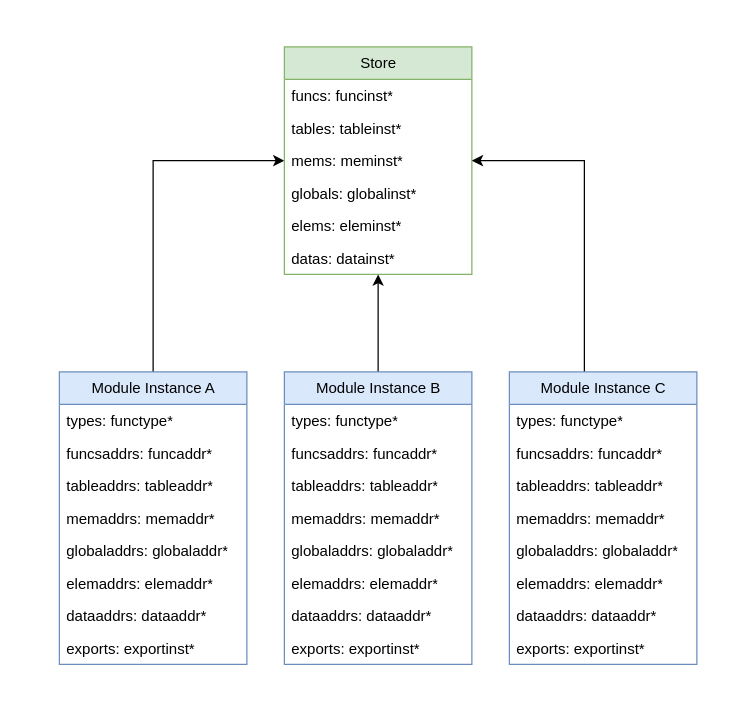
AFKoffee/wasm-concurrency-analysis keeps this draw.io diagram as page "Multiple Instances" (2 of 4) of docs/graphics.drawio. Above is the earlier version. Source tidied: cells renumbered, new cells numbered last; positions are measured from the earlier drawing's top-left corner, leaving out a move shared by most shapes. Both pictures are drawn from the tidied source at 125%, with x=0, y=0 at pixel (59, 46).
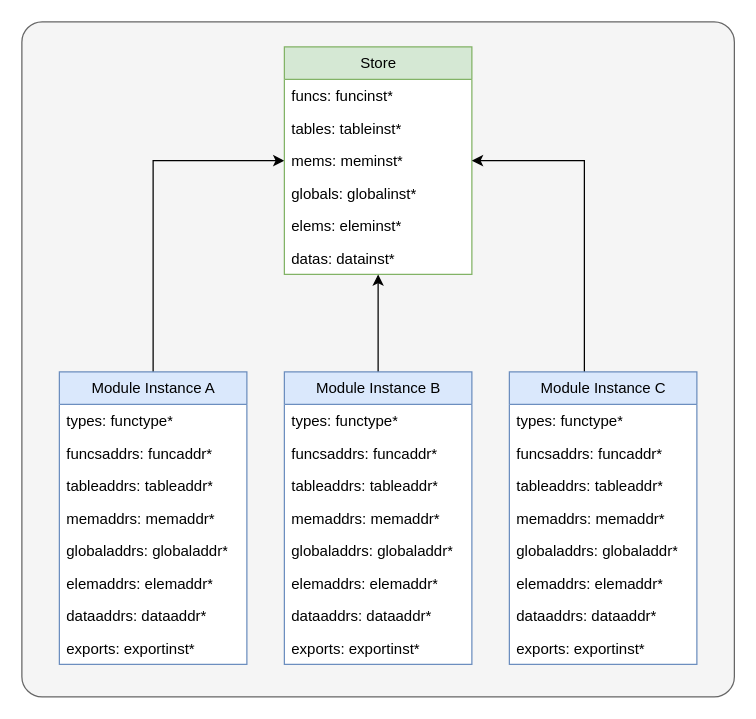
Above is the later version.

What changed in the source:
```diff
@@
+    <mxCell id="39" style="rounded=1;whiteSpace=wrap;html=1;fillColor=#f5f5f5;fontColor=#333333;strokeColor=#666666;fontStyle=1;verticalAlign=top;labelPosition=center;verticalLabelPosition=middle;align=center;arcSize=3;" parent="1" vertex="1">
+      <mxGeometry x="-30" y="-20" width="570" height="540" as="geometry" />
+    </mxCell>
```
